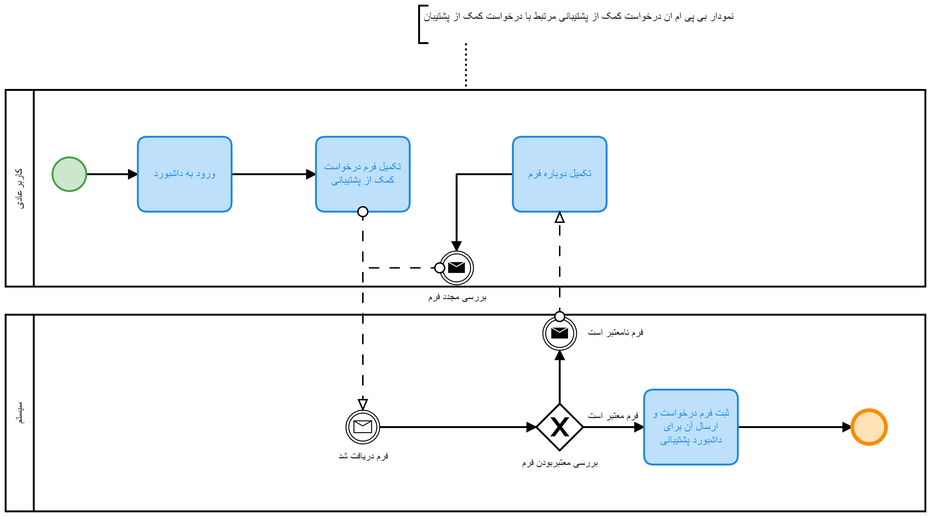
Before: Diagrams/Activity Diagram & bpmn diagram/bpmn/PDF-version/help-support.png, a diagram exported from BPMN (hirezadehghani/website-builder). Its source is kept beside it as Diagrams/Activity Diagram & bpmn diagram/bpmn/help-support.bpmn. Ids are renumbered. Source of this version:
```xml
<bpmn:definitions xmlns:bpmn="http://www.omg.org/spec/BPMN/20100524/MODEL" xmlns:bpmndi="http://www.omg.org/spec/BPMN/20100524/DI" xmlns:dc="http://www.omg.org/spec/DD/20100524/DC" xmlns:di="http://www.omg.org/spec/DD/20100524/DI" xmlns:bioc="http://bpmn.io/schema/bpmn/biocolor/1.0" xmlns:color="http://www.omg.org/spec/BPMN/non-normative/color/1.0" xmlns:modeler="http://camunda.org/schema/modeler/1.0" id="Definitions_n1" targetNamespace="http://bpmn.io/schema/bpmn" exporter="Camunda Modeler" exporterVersion="4.11.1" modeler:executionPlatform="Camunda Platform" modeler:executionPlatformVersion="7.15.0">
  <bpmn:collaboration id="Collaboration_n2">
    <bpmn:participant id="Participant_n3" name="کاربرعادی" processRef="Process_n4" />
    <bpmn:participant id="Participant_n5" name="سیستم" processRef="Process_n6" />
    <bpmn:messageFlow id="Flow_n7" sourceRef="Event_n8" targetRef="Activity_n9" />
    <bpmn:messageFlow id="Flow_n10" sourceRef="Activity_n11" targetRef="Event_n12" />
    <bpmn:messageFlow id="Flow_n13" sourceRef="Event_n14" targetRef="Event_n12" />
    <bpmn:textAnnotation id="TextAnnotation_n15">
      <bpmn:text>نمودار بی پی ام ان درخواست کمک از پشتیبانی مرتبط با درخواست کمک از پشتیبان</bpmn:text>
    </bpmn:textAnnotation>
    <bpmn:association id="Association_n16" sourceRef="Participant_n3" targetRef="TextAnnotation_n15" />
  </bpmn:collaboration>
  <bpmn:process id="Process_n4" isExecutable="true">
    <bpmn:startEvent id="StartEvent_1">
      <bpmn:outgoing>Flow_n17</bpmn:outgoing>
    </bpmn:startEvent>
    <bpmn:task id="Activity_n18" name="ورود به داشبورد">
      <bpmn:incoming>Flow_n17</bpmn:incoming>
      <bpmn:outgoing>Flow_n19</bpmn:outgoing>
    </bpmn:task>
    <bpmn:task id="Activity_n11" name="تکمیل فرم درخواست کمک از پشتیبانی">
      <bpmn:incoming>Flow_n19</bpmn:incoming>
    </bpmn:task>
    <bpmn:task id="Activity_n9" name="تکمیل دوباره فرم">
      <bpmn:outgoing>Flow_n20</bpmn:outgoing>
    </bpmn:task>
    <bpmn:intermediateThrowEvent id="Event_n14" name="بررسی مجدد فرم">
      <bpmn:incoming>Flow_n20</bpmn:incoming>
      <bpmn:messageEventDefinition id="MessageEventDefinition_n21" />
    </bpmn:intermediateThrowEvent>
    <bpmn:sequenceFlow id="Flow_n20" sourceRef="Activity_n9" targetRef="Event_n14" />
    <bpmn:sequenceFlow id="Flow_n17" sourceRef="StartEvent_1" targetRef="Activity_n18" />
    <bpmn:sequenceFlow id="Flow_n19" sourceRef="Activity_n18" targetRef="Activity_n11" />
  </bpmn:process>
  <bpmn:process id="Process_n6" isExecutable="false">
    <bpmn:exclusiveGateway id="Gateway_n22" name="بررسی معتبربودن فرم">
      <bpmn:incoming>Flow_n23</bpmn:incoming>
      <bpmn:outgoing>Flow_n24</bpmn:outgoing>
      <bpmn:outgoing>Flow_n25</bpmn:outgoing>
    </bpmn:exclusiveGateway>
    <bpmn:task id="Activity_n26" name="ثبت فرم درخواست و ارسال آن برای داشبورد پشتیبانی">
      <bpmn:incoming>Flow_n25</bpmn:incoming>
      <bpmn:outgoing>Flow_n27</bpmn:outgoing>
    </bpmn:task>
    <bpmn:endEvent id="Event_n28">
      <bpmn:incoming>Flow_n27</bpmn:incoming>
    </bpmn:endEvent>
    <bpmn:intermediateCatchEvent id="Event_n12" name="فرم دریافت شد">
      <bpmn:outgoing>Flow_n23</bpmn:outgoing>
      <bpmn:messageEventDefinition id="MessageEventDefinition_n29" />
    </bpmn:intermediateCatchEvent>
    <bpmn:intermediateThrowEvent id="Event_n8" name="فرم نامعتبر است">
      <bpmn:incoming>Flow_n24</bpmn:incoming>
      <bpmn:messageEventDefinition id="MessageEventDefinition_n30" />
    </bpmn:intermediateThrowEvent>
    <bpmn:sequenceFlow id="Flow_n23" sourceRef="Event_n12" targetRef="Gateway_n22" />
    <bpmn:sequenceFlow id="Flow_n24" sourceRef="Gateway_n22" targetRef="Event_n8" />
    <bpmn:sequenceFlow id="Flow_n27" sourceRef="Activity_n26" targetRef="Event_n28" />
    <bpmn:sequenceFlow id="Flow_n25" name="فرم معتبر است" sourceRef="Gateway_n22" targetRef="Activity_n26" />
  </bpmn:process>
  <bpmndi:BPMNDiagram id="BPMNDiagram_1">
    <bpmndi:BPMNPlane id="BPMNPlane_1" bpmnElement="Collaboration_n2">
      <bpmndi:BPMNShape id="Participant_n3_di" bpmnElement="Participant_n3" isHorizontal="true">
        <dc:Bounds x="129" y="170" width="981" height="210" />
      </bpmndi:BPMNShape>
      <bpmndi:BPMNEdge id="Flow_n20_di" bpmnElement="Flow_n20">
        <di:waypoint x="670" y="260" />
        <di:waypoint x="610" y="260" />
        <di:waypoint x="610" y="342" />
      </bpmndi:BPMNEdge>
      <bpmndi:BPMNEdge id="Flow_n17_di" bpmnElement="Flow_n17">
        <di:waypoint x="215" y="260" />
        <di:waypoint x="270" y="260" />
      </bpmndi:BPMNEdge>
      <bpmndi:BPMNEdge id="Flow_n19_di" bpmnElement="Flow_n19">
        <di:waypoint x="370" y="260" />
        <di:waypoint x="460" y="260" />
      </bpmndi:BPMNEdge>
      <bpmndi:BPMNShape id="_BPMNShape_StartEvent_2" bpmnElement="StartEvent_1" bioc:stroke="#43a047" bioc:fill="#c8e6c9" color:background-color="#c8e6c9" color:border-color="#43a047">
        <dc:Bounds x="179" y="242" width="36" height="36" />
      </bpmndi:BPMNShape>
      <bpmndi:BPMNShape id="Activity_n18_di" bpmnElement="Activity_n18" bioc:stroke="#1e88e5" bioc:fill="#bbdefb" color:background-color="#bbdefb" color:border-color="#1e88e5">
        <dc:Bounds x="270" y="220" width="100" height="80" />
      </bpmndi:BPMNShape>
      <bpmndi:BPMNShape id="Activity_n11_di" bpmnElement="Activity_n11" bioc:stroke="#1e88e5" bioc:fill="#bbdefb" color:background-color="#bbdefb" color:border-color="#1e88e5">
        <dc:Bounds x="460" y="220" width="100" height="80" />
      </bpmndi:BPMNShape>
      <bpmndi:BPMNShape id="Activity_n9_di" bpmnElement="Activity_n9" bioc:stroke="#1e88e5" bioc:fill="#bbdefb" color:background-color="#bbdefb" color:border-color="#1e88e5">
        <dc:Bounds x="670" y="220" width="100" height="80" />
      </bpmndi:BPMNShape>
      <bpmndi:BPMNShape id="Event_1vfkq3m_di" bpmnElement="Event_n14">
        <dc:Bounds x="592" y="342" width="36" height="36" />
        <bpmndi:BPMNLabel>
          <dc:Bounds x="580" y="385" width="61" height="14" />
        </bpmndi:BPMNLabel>
      </bpmndi:BPMNShape>
      <bpmndi:BPMNShape id="Participant_n5_di" bpmnElement="Participant_n5" isHorizontal="true">
        <dc:Bounds x="129" y="410" width="981" height="210" />
      </bpmndi:BPMNShape>
      <bpmndi:BPMNEdge id="Flow_n23_di" bpmnElement="Flow_n23">
        <di:waypoint x="528" y="530" />
        <di:waypoint x="695" y="530" />
      </bpmndi:BPMNEdge>
      <bpmndi:BPMNEdge id="Flow_n24_di" bpmnElement="Flow_n24">
        <di:waypoint x="720" y="505" />
        <di:waypoint x="720" y="448" />
        <bpmndi:BPMNLabel>
          <dc:Bounds x="705" y="376" width="60" height="14" />
        </bpmndi:BPMNLabel>
      </bpmndi:BPMNEdge>
      <bpmndi:BPMNEdge id="Flow_n27_di" bpmnElement="Flow_n27">
        <di:waypoint x="910" y="530" />
        <di:waypoint x="1032" y="530" />
      </bpmndi:BPMNEdge>
      <bpmndi:BPMNEdge id="Flow_n25_di" bpmnElement="Flow_n25">
        <di:waypoint x="745" y="530" />
        <di:waypoint x="810" y="530" />
        <bpmndi:BPMNLabel>
          <dc:Bounds x="750" y="512" width="55" height="14" />
        </bpmndi:BPMNLabel>
      </bpmndi:BPMNEdge>
      <bpmndi:BPMNShape id="Gateway_n22_di" bpmnElement="Gateway_n22" isMarkerVisible="true">
        <dc:Bounds x="695" y="505" width="50" height="50" />
        <bpmndi:BPMNLabel>
          <dc:Bounds x="680" y="562" width="80" height="14" />
        </bpmndi:BPMNLabel>
      </bpmndi:BPMNShape>
      <bpmndi:BPMNShape id="Activity_n26_di" bpmnElement="Activity_n26" bioc:stroke="#1e88e5" bioc:fill="#bbdefb" color:background-color="#bbdefb" color:border-color="#1e88e5">
        <dc:Bounds x="810" y="490" width="100" height="80" />
      </bpmndi:BPMNShape>
      <bpmndi:BPMNShape id="Event_n28_di" bpmnElement="Event_n28" bioc:stroke="#fb8c00" bioc:fill="#ffe0b2" color:background-color="#ffe0b2" color:border-color="#fb8c00">
        <dc:Bounds x="1032" y="512" width="36" height="36" />
      </bpmndi:BPMNShape>
      <bpmndi:BPMNShape id="Event_0e7344c_di" bpmnElement="Event_n12">
        <dc:Bounds x="492" y="512" width="36" height="36" />
        <bpmndi:BPMNLabel>
          <dc:Bounds x="484" y="555" width="54" height="14" />
        </bpmndi:BPMNLabel>
      </bpmndi:BPMNShape>
      <bpmndi:BPMNShape id="Event_08imrei_di" bpmnElement="Event_n8">
        <dc:Bounds x="702" y="412" width="36" height="36" />
        <bpmndi:BPMNLabel>
          <dc:Bounds x="750" y="423" width="60" height="14" />
        </bpmndi:BPMNLabel>
      </bpmndi:BPMNShape>
      <bpmndi:BPMNShape id="TextAnnotation_n15_di" bpmnElement="TextAnnotation_n15">
        <dc:Bounds x="570" y="80" width="430" height="40" />
      </bpmndi:BPMNShape>
      <bpmndi:BPMNEdge id="Association_n16_di" bpmnElement="Association_n16">
        <di:waypoint x="620" y="170" />
        <di:waypoint x="620" y="120" />
      </bpmndi:BPMNEdge>
      <bpmndi:BPMNEdge id="Flow_n7_di" bpmnElement="Flow_n7">
        <di:waypoint x="720" y="412" />
        <di:waypoint x="720" y="300" />
      </bpmndi:BPMNEdge>
      <bpmndi:BPMNEdge id="Flow_n10_di" bpmnElement="Flow_n10">
        <di:waypoint x="510" y="300" />
        <di:waypoint x="510" y="512" />
      </bpmndi:BPMNEdge>
      <bpmndi:BPMNEdge id="Flow_n13_di" bpmnElement="Flow_n13">
        <di:waypoint x="592" y="360" />
        <di:waypoint x="510" y="360" />
        <di:waypoint x="510" y="512" />
      </bpmndi:BPMNEdge>
    </bpmndi:BPMNPlane>
  </bpmndi:BPMNDiagram>
</bpmn:definitions>
```
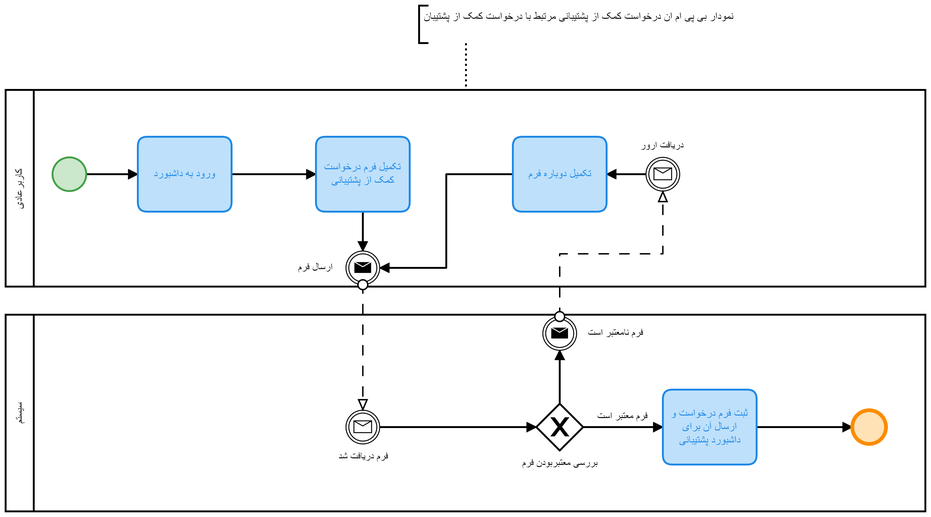
Above is the later version.

Diff of the diagram source:
```diff
@@ -2,8 +2,7 @@
   <bpmn:collaboration id="Collaboration_n2">
     <bpmn:participant id="Participant_n3" name="کاربرعادی" processRef="Process_n4" />
     <bpmn:participant id="Participant_n5" name="سیستم" processRef="Process_n6" />
-    <bpmn:messageFlow id="Flow_n7" sourceRef="Event_n8" targetRef="Activity_n9" />
-    <bpmn:messageFlow id="Flow_n10" sourceRef="Activity_n11" targetRef="Event_n12" />
+    <bpmn:messageFlow id="Flow_n7" sourceRef="Event_n8" targetRef="Event_n31" />
     <bpmn:messageFlow id="Flow_n13" sourceRef="Event_n14" targetRef="Event_n12" />
     <bpmn:textAnnotation id="TextAnnotation_n15">
       <bpmn:text>نمودار بی پی ام ان درخواست کمک از پشتیبانی مرتبط با درخواست کمک از پشتیبان</bpmn:text>
@@ -20,17 +19,26 @@
     </bpmn:task>
     <bpmn:task id="Activity_n11" name="تکمیل فرم درخواست کمک از پشتیبانی">
       <bpmn:incoming>Flow_n19</bpmn:incoming>
+      <bpmn:outgoing>Flow_n32</bpmn:outgoing>
     </bpmn:task>
     <bpmn:task id="Activity_n9" name="تکمیل دوباره فرم">
-      <bpmn:outgoing>Flow_n20</bpmn:outgoing>
+      <bpmn:incoming>Flow_n33</bpmn:incoming>
+      <bpmn:outgoing>Flow_n34</bpmn:outgoing>
     </bpmn:task>
-    <bpmn:intermediateThrowEvent id="Event_n14" name="بررسی مجدد فرم">
-      <bpmn:incoming>Flow_n20</bpmn:incoming>
+    <bpmn:sequenceFlow id="Flow_n17" sourceRef="StartEvent_1" targetRef="Activity_n18" />
+    <bpmn:sequenceFlow id="Flow_n19" sourceRef="Activity_n18" targetRef="Activity_n11" />
+    <bpmn:intermediateThrowEvent id="Event_n14" name="ارسال فرم">
+      <bpmn:incoming>Flow_n32</bpmn:incoming>
+      <bpmn:incoming>Flow_n34</bpmn:incoming>
       <bpmn:messageEventDefinition id="MessageEventDefinition_n21" />
     </bpmn:intermediateThrowEvent>
-    <bpmn:sequenceFlow id="Flow_n20" sourceRef="Activity_n9" targetRef="Event_n14" />
-    <bpmn:sequenceFlow id="Flow_n17" sourceRef="StartEvent_1" targetRef="Activity_n18" />
-    <bpmn:sequenceFlow id="Flow_n19" sourceRef="Activity_n18" targetRef="Activity_n11" />
+    <bpmn:sequenceFlow id="Flow_n32" sourceRef="Activity_n11" targetRef="Event_n14" />
+    <bpmn:sequenceFlow id="Flow_n34" sourceRef="Activity_n9" targetRef="Event_n14" />
+    <bpmn:intermediateCatchEvent id="Event_n31" name="دریافت ارور">
+      <bpmn:outgoing>Flow_n33</bpmn:outgoing>
+      <bpmn:messageEventDefinition id="MessageEventDefinition_n35" />
+    </bpmn:intermediateCatchEvent>
+    <bpmn:sequenceFlow id="Flow_n33" sourceRef="Event_n31" targetRef="Activity_n9" />
   </bpmn:process>
   <bpmn:process id="Process_n6" isExecutable="false">
     <bpmn:exclusiveGateway id="Gateway_n22" name="بررسی معتبربودن فرم">
@@ -38,10 +46,6 @@
       <bpmn:outgoing>Flow_n24</bpmn:outgoing>
       <bpmn:outgoing>Flow_n25</bpmn:outgoing>
     </bpmn:exclusiveGateway>
-    <bpmn:task id="Activity_n26" name="ثبت فرم درخواست و ارسال آن برای داشبورد پشتیبانی">
-      <bpmn:incoming>Flow_n25</bpmn:incoming>
-      <bpmn:outgoing>Flow_n27</bpmn:outgoing>
-    </bpmn:task>
     <bpmn:endEvent id="Event_n28">
       <bpmn:incoming>Flow_n27</bpmn:incoming>
     </bpmn:endEvent>
@@ -57,24 +61,37 @@
     <bpmn:sequenceFlow id="Flow_n24" sourceRef="Gateway_n22" targetRef="Event_n8" />
     <bpmn:sequenceFlow id="Flow_n27" sourceRef="Activity_n26" targetRef="Event_n28" />
     <bpmn:sequenceFlow id="Flow_n25" name="فرم معتبر است" sourceRef="Gateway_n22" targetRef="Activity_n26" />
+    <bpmn:task id="Activity_n26" name="ثبت فرم درخواست و ارسال آن برای داشبورد پشتیبانی">
+      <bpmn:incoming>Flow_n25</bpmn:incoming>
+      <bpmn:outgoing>Flow_n27</bpmn:outgoing>
+    </bpmn:task>
   </bpmn:process>
   <bpmndi:BPMNDiagram id="BPMNDiagram_1">
     <bpmndi:BPMNPlane id="BPMNPlane_1" bpmnElement="Collaboration_n2">
       <bpmndi:BPMNShape id="Participant_n3_di" bpmnElement="Participant_n3" isHorizontal="true">
         <dc:Bounds x="129" y="170" width="981" height="210" />
       </bpmndi:BPMNShape>
-      <bpmndi:BPMNEdge id="Flow_n20_di" bpmnElement="Flow_n20">
-        <di:waypoint x="670" y="260" />
-        <di:waypoint x="610" y="260" />
-        <di:waypoint x="610" y="342" />
+      <bpmndi:BPMNEdge id="Flow_n19_di" bpmnElement="Flow_n19">
+        <di:waypoint x="370" y="260" />
+        <di:waypoint x="460" y="260" />
       </bpmndi:BPMNEdge>
       <bpmndi:BPMNEdge id="Flow_n17_di" bpmnElement="Flow_n17">
         <di:waypoint x="215" y="260" />
         <di:waypoint x="270" y="260" />
       </bpmndi:BPMNEdge>
-      <bpmndi:BPMNEdge id="Flow_n19_di" bpmnElement="Flow_n19">
-        <di:waypoint x="370" y="260" />
-        <di:waypoint x="460" y="260" />
+      <bpmndi:BPMNEdge id="Flow_n32_di" bpmnElement="Flow_n32">
+        <di:waypoint x="510" y="300" />
+        <di:waypoint x="510" y="342" />
+      </bpmndi:BPMNEdge>
+      <bpmndi:BPMNEdge id="Flow_n34_di" bpmnElement="Flow_n34">
+        <di:waypoint x="670" y="260" />
+        <di:waypoint x="599" y="260" />
+        <di:waypoint x="599" y="360" />
+        <di:waypoint x="528" y="360" />
+      </bpmndi:BPMNEdge>
+      <bpmndi:BPMNEdge id="Flow_n33_di" bpmnElement="Flow_n33">
+        <di:waypoint x="812" y="260" />
+        <di:waypoint x="770" y="260" />
       </bpmndi:BPMNEdge>
       <bpmndi:BPMNShape id="_BPMNShape_StartEvent_2" bpmnElement="StartEvent_1" bioc:stroke="#43a047" bioc:fill="#c8e6c9" color:background-color="#c8e6c9" color:border-color="#43a047">
         <dc:Bounds x="179" y="242" width="36" height="36" />
@@ -89,17 +106,30 @@
         <dc:Bounds x="670" y="220" width="100" height="80" />
       </bpmndi:BPMNShape>
       <bpmndi:BPMNShape id="Event_1vfkq3m_di" bpmnElement="Event_n14">
-        <dc:Bounds x="592" y="342" width="36" height="36" />
+        <dc:Bounds x="492" y="342" width="36" height="36" />
         <bpmndi:BPMNLabel>
-          <dc:Bounds x="580" y="385" width="61" height="14" />
+          <dc:Bounds x="441" y="353" width="37" height="14" />
+        </bpmndi:BPMNLabel>
+      </bpmndi:BPMNShape>
+      <bpmndi:BPMNShape id="Event_12oudsd_di" bpmnElement="Event_n31">
+        <dc:Bounds x="812" y="242" width="36" height="36" />
+        <bpmndi:BPMNLabel>
+          <dc:Bounds x="806" y="223" width="48" height="14" />
         </bpmndi:BPMNLabel>
       </bpmndi:BPMNShape>
       <bpmndi:BPMNShape id="Participant_n5_di" bpmnElement="Participant_n5" isHorizontal="true">
         <dc:Bounds x="129" y="410" width="981" height="210" />
       </bpmndi:BPMNShape>
-      <bpmndi:BPMNEdge id="Flow_n23_di" bpmnElement="Flow_n23">
-        <di:waypoint x="528" y="530" />
-        <di:waypoint x="695" y="530" />
+      <bpmndi:BPMNEdge id="Flow_n25_di" bpmnElement="Flow_n25">
+        <di:waypoint x="745" y="530" />
+        <di:waypoint x="830" y="530" />
+        <bpmndi:BPMNLabel>
+          <dc:Bounds x="760" y="512" width="55" height="14" />
+        </bpmndi:BPMNLabel>
+      </bpmndi:BPMNEdge>
+      <bpmndi:BPMNEdge id="Flow_n27_di" bpmnElement="Flow_n27">
+        <di:waypoint x="930" y="530" />
+        <di:waypoint x="1032" y="530" />
       </bpmndi:BPMNEdge>
       <bpmndi:BPMNEdge id="Flow_n24_di" bpmnElement="Flow_n24">
         <di:waypoint x="720" y="505" />
@@ -108,25 +138,15 @@
           <dc:Bounds x="705" y="376" width="60" height="14" />
         </bpmndi:BPMNLabel>
       </bpmndi:BPMNEdge>
-      <bpmndi:BPMNEdge id="Flow_n27_di" bpmnElement="Flow_n27">
-        <di:waypoint x="910" y="530" />
-        <di:waypoint x="1032" y="530" />
-      </bpmndi:BPMNEdge>
-      <bpmndi:BPMNEdge id="Flow_n25_di" bpmnElement="Flow_n25">
-        <di:waypoint x="745" y="530" />
-        <di:waypoint x="810" y="530" />
-        <bpmndi:BPMNLabel>
-          <dc:Bounds x="750" y="512" width="55" height="14" />
-        </bpmndi:BPMNLabel>
+      <bpmndi:BPMNEdge id="Flow_n23_di" bpmnElement="Flow_n23">
+        <di:waypoint x="528" y="530" />
+        <di:waypoint x="695" y="530" />
       </bpmndi:BPMNEdge>
       <bpmndi:BPMNShape id="Gateway_n22_di" bpmnElement="Gateway_n22" isMarkerVisible="true">
         <dc:Bounds x="695" y="505" width="50" height="50" />
         <bpmndi:BPMNLabel>
           <dc:Bounds x="680" y="562" width="80" height="14" />
         </bpmndi:BPMNLabel>
-      </bpmndi:BPMNShape>
-      <bpmndi:BPMNShape id="Activity_n26_di" bpmnElement="Activity_n26" bioc:stroke="#1e88e5" bioc:fill="#bbdefb" color:background-color="#bbdefb" color:border-color="#1e88e5">
-        <dc:Bounds x="810" y="490" width="100" height="80" />
       </bpmndi:BPMNShape>
       <bpmndi:BPMNShape id="Event_n28_di" bpmnElement="Event_n28" bioc:stroke="#fb8c00" bioc:fill="#ffe0b2" color:background-color="#ffe0b2" color:border-color="#fb8c00">
         <dc:Bounds x="1032" y="512" width="36" height="36" />
@@ -143,6 +163,9 @@
           <dc:Bounds x="750" y="423" width="60" height="14" />
         </bpmndi:BPMNLabel>
       </bpmndi:BPMNShape>
+      <bpmndi:BPMNShape id="Activity_n26_di" bpmnElement="Activity_n26" bioc:stroke="#1e88e5" bioc:fill="#bbdefb" color:background-color="#bbdefb" color:border-color="#1e88e5">
+        <dc:Bounds x="830" y="490" width="100" height="80" />
+      </bpmndi:BPMNShape>
       <bpmndi:BPMNShape id="TextAnnotation_n15_di" bpmnElement="TextAnnotation_n15">
         <dc:Bounds x="570" y="80" width="430" height="40" />
       </bpmndi:BPMNShape>
@@ -152,15 +175,12 @@
       </bpmndi:BPMNEdge>
       <bpmndi:BPMNEdge id="Flow_n7_di" bpmnElement="Flow_n7">
         <di:waypoint x="720" y="412" />
-        <di:waypoint x="720" y="300" />
-      </bpmndi:BPMNEdge>
-      <bpmndi:BPMNEdge id="Flow_n10_di" bpmnElement="Flow_n10">
-        <di:waypoint x="510" y="300" />
-        <di:waypoint x="510" y="512" />
+        <di:waypoint x="720" y="345" />
+        <di:waypoint x="830" y="345" />
+        <di:waypoint x="830" y="278" />
       </bpmndi:BPMNEdge>
       <bpmndi:BPMNEdge id="Flow_n13_di" bpmnElement="Flow_n13">
-        <di:waypoint x="592" y="360" />
-        <di:waypoint x="510" y="360" />
+        <di:waypoint x="510" y="378" />
         <di:waypoint x="510" y="512" />
       </bpmndi:BPMNEdge>
     </bpmndi:BPMNPlane>
```
